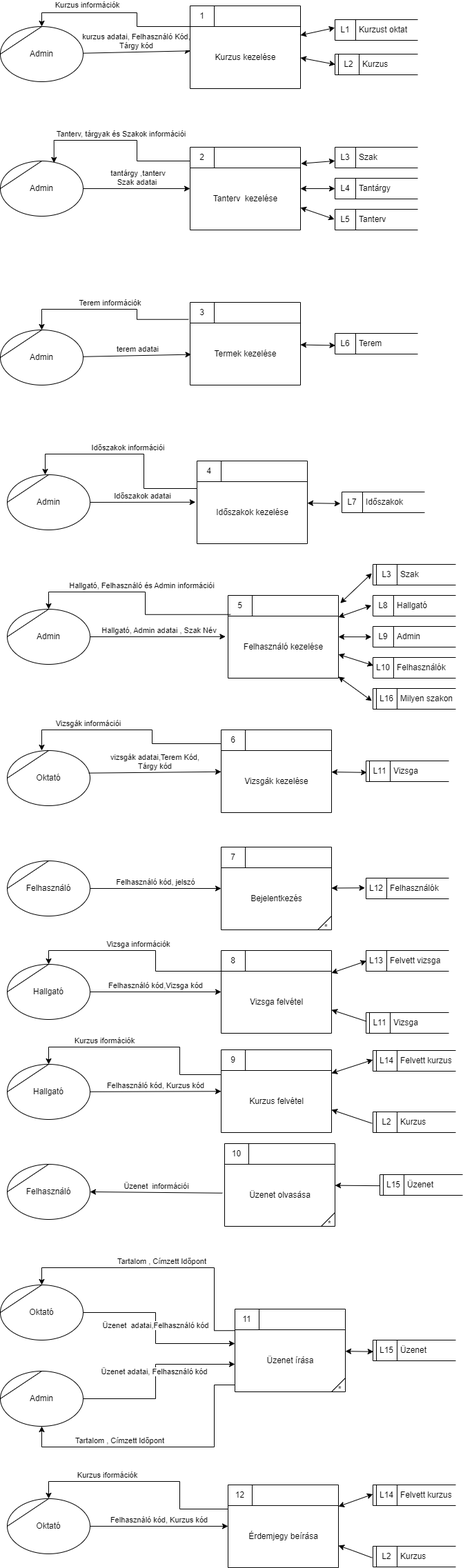
The draw.io diagram ssadm/Logikai adatfolyam diagram/Végleges(1)logikai.drawio.png in SzoDavid/murica, before a commit. Source tidied: cells renumbered, new cells last; positions are measured from the earlier drawing's top-left corner, leaving out a move shared by most shapes.
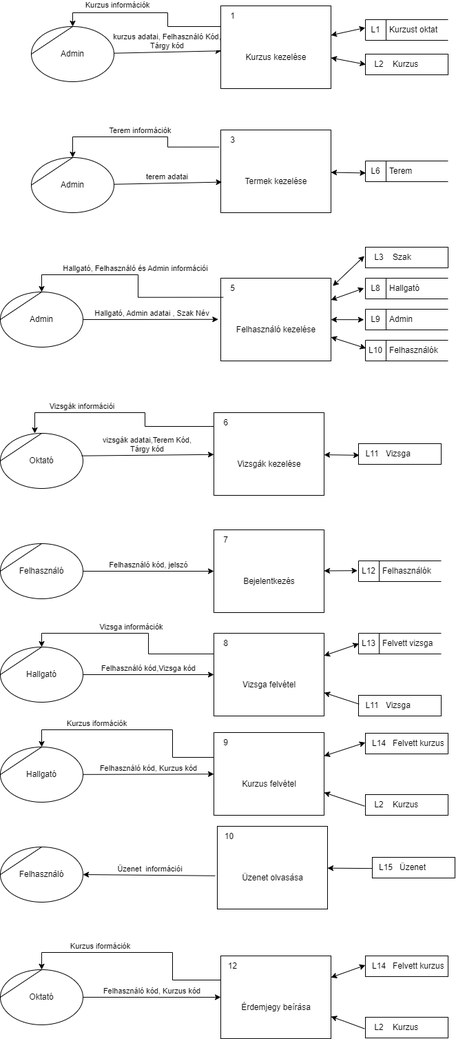
Above is the later version.

Change to the diagram source:
```diff
@@ -20,18 +20,6 @@
     <mxCell id="7" value="&lt;br&gt;" style="endArrow=classic;startArrow=classic;html=1;rounded=0;verticalAlign=bottom;entryX=-0.012;entryY=0.472;entryDx=0;entryDy=0;entryPerimeter=0;" parent="1" edge="1" source="90" target="5">
       <mxGeometry relative="1" as="geometry" />
     </mxCell>
-    <mxCell id="8" value="Tanterv&amp;nbsp; kezelése" style="html=1;dashed=0;whitespace=wrap;shape=mxgraph.dfd.process;align=center;spacingTop=30;" parent="1" vertex="1">
-      <mxGeometry x="275" y="210" width="160" height="120" as="geometry" />
-    </mxCell>
-    <mxCell id="9" value="2" style="text;html=1;strokeColor=none;fillColor=none;align=center;verticalAlign=middle;whiteSpace=wrap;rounded=0;" parent="8" vertex="1">
-      <mxGeometry width="35" height="30" as="geometry" />
-    </mxCell>
-    <mxCell id="10" style="text;html=1;strokeColor=none;fillColor=none;align=left;verticalAlign=middle;whiteSpace=wrap;rounded=0;spacingLeft=6;" parent="8" vertex="1">
-      <mxGeometry x="35" y="-5" width="50" height="40" as="geometry" />
-    </mxCell>
-    <mxCell id="11" value="&amp;nbsp;tantárgy ,tanterv&lt;br&gt;Szak adatai" style="endArrow=classic;html=1;rounded=0;verticalAlign=bottom;exitX=1;exitY=0.5;exitDx=0;exitDy=0;" parent="1" edge="1" source="71" target="8">
-      <mxGeometry relative="1" as="geometry" />
-    </mxCell>
     <mxCell id="12" value="Felhasználó kezelése" style="html=1;dashed=0;whitespace=wrap;shape=mxgraph.dfd.process;align=center;spacingTop=30;" parent="1" vertex="1">
       <mxGeometry x="330" y="860" width="160" height="120" as="geometry" />
     </mxCell>
@@ -45,7 +33,7 @@
       <mxGeometry x="0.02" relative="1" as="geometry" />
     </mxCell>
     <mxCell id="16" value="Termek kezelése" style="html=1;dashed=0;whitespace=wrap;shape=mxgraph.dfd.process;align=center;spacingTop=30;" parent="1" vertex="1">
-      <mxGeometry x="275" y="435" width="160" height="120" as="geometry" />
+      <mxGeometry x="330" y="645" width="160" height="120" as="geometry" />
     </mxCell>
     <mxCell id="17" value="3" style="text;html=1;strokeColor=none;fillColor=none;align=center;verticalAlign=middle;whiteSpace=wrap;rounded=0;" parent="16" vertex="1">
       <mxGeometry width="35" height="30" as="geometry" />
@@ -56,12 +44,6 @@
     <mxCell id="19" value="terem adatai" style="endArrow=classic;html=1;rounded=0;verticalAlign=bottom;entryX=0.01;entryY=0.63;entryDx=0;entryDy=0;entryPerimeter=0;" parent="1" edge="1" source="72" target="16">
       <mxGeometry relative="1" as="geometry" />
     </mxCell>
-    <mxCell id="20" style="endArrow=classic;startArrow=classic;html=1;rounded=0;verticalAlign=bottom;entryX=-0.007;entryY=0.483;entryDx=0;entryDy=0;entryPerimeter=0;" parent="1" edge="1" source="8" target="101">
-      <mxGeometry relative="1" as="geometry" />
-    </mxCell>
-    <mxCell id="21" style="endArrow=classic;startArrow=classic;html=1;rounded=0;verticalAlign=bottom;" parent="1" edge="1" source="8" target="99">
-      <mxGeometry relative="1" as="geometry" />
-    </mxCell>
     <mxCell id="22" style="endArrow=classic;startArrow=classic;html=1;rounded=0;verticalAlign=bottom;entryX=0.004;entryY=0.583;entryDx=0;entryDy=0;entryPerimeter=0;" parent="1" edge="1" source="16" target="103">
       <mxGeometry relative="1" as="geometry" />
     </mxCell>
@@ -75,7 +57,7 @@
       <mxGeometry relative="1" as="geometry" />
     </mxCell>
     <mxCell id="26" value="Kurzus" style="html=1;dashed=0;whitespace=wrap;shape=mxgraph.dfd.dataStoreID2;align=left;spacingLeft=38;flipH=0;" parent="1" vertex="1">
-      <mxGeometry x="485" y="75" width="120" height="30" as="geometry" />
+      <mxGeometry x="540" y="535" width="120" height="30" as="geometry" />
     </mxCell>
     <mxCell id="27" value="L2" style="text;html=1;strokeColor=none;fillColor=none;align=center;verticalAlign=middle;whiteSpace=wrap;rounded=0;" parent="26" vertex="1">
       <mxGeometry x="5" width="30" height="30" as="geometry" />
@@ -84,7 +66,7 @@
       <mxGeometry relative="1" as="geometry" />
     </mxCell>
     <mxCell id="29" value="Kurzus kezelése" style="html=1;dashed=0;whitespace=wrap;shape=mxgraph.dfd.process;align=center;spacingTop=30;" parent="1" vertex="1">
-      <mxGeometry x="275" y="5" width="160" height="120" as="geometry" />
+      <mxGeometry x="330" y="465" width="160" height="120" as="geometry" />
     </mxCell>
     <mxCell id="30" value="1" style="text;html=1;strokeColor=none;fillColor=none;align=center;verticalAlign=middle;whiteSpace=wrap;rounded=0;" parent="29" vertex="1">
       <mxGeometry width="35" height="30" as="geometry" />
@@ -110,7 +92,7 @@
       </mxGeometry>
     </mxCell>
     <mxCell id="37" value="Kurzust oktat" style="html=1;dashed=0;whitespace=wrap;shape=mxgraph.dfd.dataStoreID;align=left;spacingLeft=33;flipH=0;" parent="1" vertex="1">
-      <mxGeometry x="485" y="25" width="120" height="30" as="geometry" />
+      <mxGeometry x="540" y="485" width="120" height="30" as="geometry" />
     </mxCell>
     <mxCell id="38" value="L1" style="text;html=1;strokeColor=none;fillColor=none;align=center;verticalAlign=middle;whiteSpace=wrap;rounded=0;" parent="37" vertex="1">
       <mxGeometry width="30" height="30" as="geometry" />
@@ -118,24 +100,6 @@
     <mxCell id="39" style="endArrow=classic;startArrow=classic;html=1;rounded=0;verticalAlign=bottom;entryX=-0.002;entryY=0.392;entryDx=0;entryDy=0;entryPerimeter=0;" parent="1" edge="1" source="29" target="37">
       <mxGeometry relative="1" as="geometry" />
     </mxCell>
-    <mxCell id="40" style="endArrow=classic;startArrow=classic;html=1;rounded=0;verticalAlign=bottom;exitX=1.005;exitY=0.198;exitDx=0;exitDy=0;exitPerimeter=0;" parent="1" edge="1" source="8" target="97">
-      <mxGeometry relative="1" as="geometry" />
-    </mxCell>
-    <mxCell id="41" value="Időszakok kezelése" style="html=1;dashed=0;whitespace=wrap;shape=mxgraph.dfd.process;align=center;spacingTop=30;" parent="1" vertex="1">
-      <mxGeometry x="285" y="665" width="160" height="120" as="geometry" />
-    </mxCell>
-    <mxCell id="42" value="4" style="text;html=1;strokeColor=none;fillColor=none;align=center;verticalAlign=middle;whiteSpace=wrap;rounded=0;" parent="41" vertex="1">
-      <mxGeometry width="35" height="30" as="geometry" />
-    </mxCell>
-    <mxCell id="43" style="text;html=1;strokeColor=none;fillColor=none;align=left;verticalAlign=middle;whiteSpace=wrap;rounded=0;spacingLeft=6;" parent="41" vertex="1">
-      <mxGeometry x="35" y="-5" width="50" height="40" as="geometry" />
-    </mxCell>
-    <mxCell id="44" value="Időszakok adatai" style="endArrow=classic;html=1;rounded=0;verticalAlign=bottom;entryX=-0.014;entryY=0.498;entryDx=0;entryDy=0;entryPerimeter=0;exitX=1;exitY=0.5;exitDx=0;exitDy=0;" parent="1" edge="1" source="70" target="41">
-      <mxGeometry relative="1" as="geometry" />
-    </mxCell>
-    <mxCell id="45" style="endArrow=classic;startArrow=classic;html=1;rounded=0;verticalAlign=bottom;entryX=-0.018;entryY=0.561;entryDx=0;entryDy=0;entryPerimeter=0;" parent="1" edge="1" source="41" target="105">
-      <mxGeometry relative="1" as="geometry" />
-    </mxCell>
     <mxCell id="46" value="Felhasználó kód,Vizsga kód" style="endArrow=classic;html=1;rounded=0;verticalAlign=bottom;exitX=1;exitY=0.5;exitDx=0;exitDy=0;" parent="1" edge="1" source="77" target="129">
       <mxGeometry relative="1" as="geometry" />
     </mxCell>
@@ -154,37 +118,6 @@
     <mxCell id="51" style="endArrow=classic;startArrow=classic;html=1;rounded=0;verticalAlign=bottom;entryX=-0.001;entryY=0.45;entryDx=0;entryDy=0;entryPerimeter=0;" parent="1" edge="1" source="126" target="48">
       <mxGeometry relative="1" as="geometry" />
     </mxCell>
-    <mxCell id="52" value="Admin" style="shape=(stored shape, 332 characters);whiteSpace=wrap;html=1;" parent="1" vertex="1">
-      <mxGeometry y="1985" width="120" height="80" as="geometry" />
-    </mxCell>
-    <mxCell id="53" value="Oktató" style="shape=(stored shape, 332 characters);whiteSpace=wrap;html=1;" parent="1" vertex="1">
-      <mxGeometry y="1860" width="120" height="80" as="geometry" />
-    </mxCell>
-    <mxCell id="54" value="Üzenet&amp;nbsp; adatai,Felhasználó kód" style="endArrow=classic;html=1;rounded=0;verticalAlign=bottom;edgeStyle=orthogonalEdgeStyle;" parent="1" edge="1" source="53" target="94">
-      <mxGeometry relative="1" as="geometry">
-        <Array as="points">
-          <mxPoint x="225" y="1900" />
-          <mxPoint x="225" y="1945" />
-        </Array>
-      </mxGeometry>
-    </mxCell>
-    <mxCell id="55" value="Üzenet adatai, Felhasználó kód" style="endArrow=classic;html=1;rounded=0;verticalAlign=bottom;edgeStyle=orthogonalEdgeStyle;" parent="1" edge="1" source="52" target="94">
-      <mxGeometry y="2" relative="1" as="geometry">
-        <Array as="points">
-          <mxPoint x="225" y="2025" />
-          <mxPoint x="225" y="1975" />
-        </Array>
-      </mxGeometry>
-    </mxCell>
-    <mxCell id="56" value="Üzenet" style="html=1;dashed=0;whitespace=wrap;shape=mxgraph.dfd.dataStoreID2;align=left;spacingLeft=38;flipH=0;" parent="1" vertex="1">
-      <mxGeometry x="540" y="1940" width="120" height="30" as="geometry" />
-    </mxCell>
-    <mxCell id="57" value="L15" style="text;html=1;strokeColor=none;fillColor=none;align=center;verticalAlign=middle;whiteSpace=wrap;rounded=0;" parent="56" vertex="1">
-      <mxGeometry x="5" width="30" height="30" as="geometry" />
-    </mxCell>
-    <mxCell id="58" style="endArrow=classic;startArrow=classic;html=1;rounded=0;verticalAlign=bottom;entryX=0.006;entryY=0.558;entryDx=0;entryDy=0;entryPerimeter=0;startFill=1;" parent="1" edge="1" source="94" target="56">
-      <mxGeometry relative="1" as="geometry" />
-    </mxCell>
     <mxCell id="59" value="Üzenet olvasása" style="html=1;dashed=0;whitespace=wrap;shape=mxgraph.dfd.process2;align=center;spacingTop=30;" parent="1" vertex="1">
       <mxGeometry x="325" y="1655" width="160" height="120" as="geometry" />
     </mxCell>
@@ -222,54 +155,30 @@
     <mxCell id="66" value="Kurzus információk" style="endArrow=classic;html=1;rounded=0;verticalAlign=bottom;edgeStyle=orthogonalEdgeStyle;" parent="1" edge="1" source="29" target="73">
       <mxGeometry x="0.33" y="-2" relative="1" as="geometry">
         <Array as="points">
-          <mxPoint x="198" y="35" />
-          <mxPoint x="198" y="15" />
-          <mxPoint x="60" y="15" />
+          <mxPoint x="253" y="495" />
+          <mxPoint x="253" y="475" />
+          <mxPoint x="115" y="475" />
         </Array>
       </mxGeometry>
     </mxCell>
-    <mxCell id="67" value="Tanterv, tárgyak és Szakok információi" style="endArrow=classic;html=1;rounded=0;verticalAlign=bottom;entryX=0.648;entryY=0.034;entryDx=0;entryDy=0;entryPerimeter=0;edgeStyle=orthogonalEdgeStyle;" parent="1" edge="1" source="8" target="71">
-      <mxGeometry relative="1" as="geometry">
-        <Array as="points">
-          <mxPoint x="198" y="230" />
-          <mxPoint x="198" y="200" />
-          <mxPoint x="78" y="200" />
-        </Array>
-      </mxGeometry>
-    </mxCell>
     <mxCell id="68" value="Terem információk" style="endArrow=classic;html=1;rounded=0;verticalAlign=bottom;exitX=-0.014;exitY=0.206;exitDx=0;exitDy=0;exitPerimeter=0;edgeStyle=orthogonalEdgeStyle;" parent="1" edge="1" source="16" target="72">
       <mxGeometry relative="1" as="geometry">
         <Array as="points">
-          <mxPoint x="198" y="460" />
-          <mxPoint x="198" y="445" />
-          <mxPoint x="60" y="445" />
+          <mxPoint x="253" y="670" />
+          <mxPoint x="253" y="655" />
+          <mxPoint x="115" y="655" />
         </Array>
       </mxGeometry>
     </mxCell>
     <mxCell id="69" value="Admin" style="shape=(stored shape, 332 characters);whiteSpace=wrap;html=1;" parent="1" vertex="1">
       <mxGeometry x="10" y="880" width="120" height="80" as="geometry" />
     </mxCell>
-    <mxCell id="70" value="Admin" style="shape=(stored shape, 332 characters);whiteSpace=wrap;html=1;" parent="1" vertex="1">
-      <mxGeometry x="10" y="685" width="120" height="80" as="geometry" />
-    </mxCell>
-    <mxCell id="71" value="Admin" style="shape=(stored shape, 332 characters);whiteSpace=wrap;html=1;" parent="1" vertex="1">
-      <mxGeometry y="230" width="120" height="80" as="geometry" />
-    </mxCell>
     <mxCell id="72" value="Admin" style="shape=(stored shape, 332 characters);whiteSpace=wrap;html=1;" parent="1" vertex="1">
-      <mxGeometry y="475" width="120" height="80" as="geometry" />
+      <mxGeometry x="55" y="685" width="120" height="80" as="geometry" />
     </mxCell>
     <mxCell id="73" value="Admin" style="shape=(stored shape, 332 characters);whiteSpace=wrap;html=1;" parent="1" vertex="1">
-      <mxGeometry y="35" width="120" height="80" as="geometry" />
+      <mxGeometry x="55" y="495" width="120" height="80" as="geometry" />
     </mxCell>
-    <mxCell id="74" value="Időszakok információi" style="endArrow=classic;html=1;rounded=0;verticalAlign=bottom;edgeStyle=orthogonalEdgeStyle;" parent="1" edge="1" source="41" target="70">
-      <mxGeometry relative="1" as="geometry">
-        <Array as="points">
-          <mxPoint x="208" y="705" />
-          <mxPoint x="208" y="655" />
-          <mxPoint x="65" y="655" />
-        </Array>
-      </mxGeometry>
-    </mxCell>
     <mxCell id="75" value="Hallgató, Felhasználó és Admin információi" style="endArrow=classic;html=1;rounded=0;verticalAlign=bottom;exitX=0.023;exitY=0.231;exitDx=0;exitDy=0;exitPerimeter=0;edgeStyle=orthogonalEdgeStyle;" parent="1" edge="1" source="12" target="69">
       <mxGeometry relative="1" as="geometry">
         <Array as="points">
@@ -315,24 +224,6 @@
     <mxCell id="85" value="Felhasználó" style="shape=(stored shape, 332 characters);whiteSpace=wrap;html=1;" parent="1" vertex="1">
       <mxGeometry x="10" y="1685" width="120" height="80" as="geometry" />
     </mxCell>
-    <mxCell id="86" value="Tartalom , Címzett Időpont" style="endArrow=classic;html=1;rounded=0;verticalAlign=bottom;edgeStyle=orthogonalEdgeStyle;" parent="1" edge="1" source="94" target="52">
-      <mxGeometry x="0.29" relative="1" as="geometry">
-        <Array as="points">
-          <mxPoint x="310" y="2005" />
-          <mxPoint x="310" y="2095" />
-          <mxPoint x="60" y="2095" />
-        </Array>
-      </mxGeometry>
-    </mxCell>
-    <mxCell id="87" value="Tartalom , Címzett Időpont" style="endArrow=classic;html=1;rounded=0;verticalAlign=bottom;exitX=-0.001;exitY=0.26;exitDx=0;exitDy=0;exitPerimeter=0;edgeStyle=orthogonalEdgeStyle;" parent="1" edge="1" source="94" target="53">
-      <mxGeometry relative="1" as="geometry">
-        <Array as="points">
-          <mxPoint x="310" y="1926" />
-          <mxPoint x="310" y="1835" />
-          <mxPoint x="60" y="1835" />
-        </Array>
-      </mxGeometry>
-    </mxCell>
     <mxCell id="88" value="Felhasználók" style="html=1;dashed=0;whitespace=wrap;shape=mxgraph.dfd.dataStoreID;align=left;spacingLeft=33;" parent="1" vertex="1">
       <mxGeometry x="540" y="950" width="120" height="30" as="geometry" />
     </mxCell>
@@ -351,45 +242,12 @@
     <mxCell id="93" style="endArrow=classic;startArrow=classic;html=1;rounded=0;verticalAlign=bottom;entryX=0.005;entryY=0.388;entryDx=0;entryDy=0;entryPerimeter=0;" parent="1" edge="1" source="12" target="88">
       <mxGeometry x="-0.81" y="4" relative="1" as="geometry" />
     </mxCell>
-    <mxCell id="94" value="Üzenet írása" style="html=1;dashed=0;whitespace=wrap;shape=mxgraph.dfd.process2;align=center;spacingTop=30;" parent="1" vertex="1">
-      <mxGeometry x="340" y="1895" width="160" height="120" as="geometry" />
-    </mxCell>
-    <mxCell id="95" value="11" style="text;html=1;strokeColor=none;fillColor=none;align=center;verticalAlign=middle;whiteSpace=wrap;rounded=0;" parent="94" vertex="1">
-      <mxGeometry width="35" height="30" as="geometry" />
-    </mxCell>
-    <mxCell id="96" style="text;strokeColor=none;fillColor=none;align=left;verticalAlign=middle;whiteSpace=wrap;rounded=0;spacingLeft=6;fontStyle=0;html=1;" parent="94" vertex="1">
-      <mxGeometry x="35" y="-5" width="50" height="40" as="geometry" />
-    </mxCell>
-    <mxCell id="97" value="Szak" style="html=1;dashed=0;whitespace=wrap;shape=mxgraph.dfd.dataStoreID;align=left;spacingLeft=33;" parent="1" vertex="1">
-      <mxGeometry x="485" y="210" width="120" height="30" as="geometry" />
-    </mxCell>
-    <mxCell id="98" value="L3" style="text;html=1;strokeColor=none;fillColor=none;align=center;verticalAlign=middle;whiteSpace=wrap;rounded=0;" parent="97" vertex="1">
-      <mxGeometry width="30" height="30" as="geometry" />
-    </mxCell>
-    <mxCell id="99" value="Tantárgy" style="html=1;dashed=0;whitespace=wrap;shape=mxgraph.dfd.dataStoreID;align=left;spacingLeft=33;" parent="1" vertex="1">
-      <mxGeometry x="485" y="255" width="120" height="30" as="geometry" />
-    </mxCell>
-    <mxCell id="100" value="L4" style="text;html=1;strokeColor=none;fillColor=none;align=center;verticalAlign=middle;whiteSpace=wrap;rounded=0;" parent="99" vertex="1">
-      <mxGeometry width="30" height="30" as="geometry" />
-    </mxCell>
-    <mxCell id="101" value="Tanterv" style="html=1;dashed=0;whitespace=wrap;shape=mxgraph.dfd.dataStoreID;align=left;spacingLeft=33;" parent="1" vertex="1">
-      <mxGeometry x="485" y="300" width="120" height="30" as="geometry" />
-    </mxCell>
-    <mxCell id="102" value="L5" style="text;html=1;strokeColor=none;fillColor=none;align=center;verticalAlign=middle;whiteSpace=wrap;rounded=0;" parent="101" vertex="1">
-      <mxGeometry width="30" height="30" as="geometry" />
-    </mxCell>
     <mxCell id="103" value="Terem" style="html=1;dashed=0;whitespace=wrap;shape=mxgraph.dfd.dataStoreID;align=left;spacingLeft=33;" parent="1" vertex="1">
-      <mxGeometry x="485" y="480" width="120" height="30" as="geometry" />
+      <mxGeometry x="540" y="690" width="120" height="30" as="geometry" />
     </mxCell>
     <mxCell id="104" value="L6" style="text;html=1;strokeColor=none;fillColor=none;align=center;verticalAlign=middle;whiteSpace=wrap;rounded=0;" parent="103" vertex="1">
       <mxGeometry width="30" height="30" as="geometry" />
     </mxCell>
-    <mxCell id="105" value="Időszakok" style="html=1;dashed=0;whitespace=wrap;shape=mxgraph.dfd.dataStoreID;align=left;spacingLeft=33;" parent="1" vertex="1">
-      <mxGeometry x="495" y="710" width="120" height="30" as="geometry" />
-    </mxCell>
-    <mxCell id="106" value="L7" style="text;html=1;strokeColor=none;fillColor=none;align=center;verticalAlign=middle;whiteSpace=wrap;rounded=0;" parent="105" vertex="1">
-      <mxGeometry width="30" height="30" as="geometry" />
-    </mxCell>
     <mxCell id="107" value="Admin" style="html=1;dashed=0;whitespace=wrap;shape=mxgraph.dfd.dataStoreID;align=left;spacingLeft=33;" parent="1" vertex="1">
       <mxGeometry x="540" y="905" width="120" height="30" as="geometry" />
     </mxCell>
@@ -424,7 +282,7 @@
       <mxGeometry relative="1" as="geometry" />
     </mxCell>
     <mxCell id="118" value="Felvett kurzus" style="html=1;dashed=0;whitespace=wrap;shape=mxgraph.dfd.dataStoreID2;align=left;spacingLeft=38;flipH=0;" parent="1" vertex="1">
-      <mxGeometry x="540" y="2149.9" width="120" height="30" as="geometry" />
+      <mxGeometry x="540" y="1842.9" width="120" height="30" as="geometry" />
     </mxCell>
     <mxCell id="119" value="L14" style="text;html=1;strokeColor=none;fillColor=none;align=center;verticalAlign=middle;whiteSpace=wrap;rounded=0;" parent="118" vertex="1">
       <mxGeometry x="5" width="30" height="30" as="geometry" />
@@ -435,17 +293,17 @@
     <mxCell id="121" value="Kurzus iformációk" style="endArrow=classic;html=1;rounded=0;verticalAlign=bottom;edgeStyle=orthogonalEdgeStyle;" parent="1" edge="1" source="132" target="122">
       <mxGeometry x="0.33" relative="1" as="geometry">
         <Array as="points">
-          <mxPoint x="260" y="2185" />
-          <mxPoint x="260" y="2145" />
-          <mxPoint x="70" y="2145" />
+          <mxPoint x="260" y="1878" />
+          <mxPoint x="260" y="1838" />
+          <mxPoint x="70" y="1838" />
         </Array>
       </mxGeometry>
     </mxCell>
     <mxCell id="122" value="Oktató" style="shape=(stored shape, 332 characters);whiteSpace=wrap;html=1;" parent="1" vertex="1">
-      <mxGeometry x="10" y="2169.9" width="120" height="80" as="geometry" />
+      <mxGeometry x="10" y="1862.9" width="120" height="80" as="geometry" />
     </mxCell>
     <mxCell id="123" value="Kurzus" style="html=1;dashed=0;whitespace=wrap;shape=mxgraph.dfd.dataStoreID2;align=left;spacingLeft=38;flipH=0;" parent="1" vertex="1">
-      <mxGeometry x="540" y="2238.9" width="120" height="30" as="geometry" />
+      <mxGeometry x="540" y="1931.9" width="120" height="30" as="geometry" />
     </mxCell>
     <mxCell id="124" value="L2" style="text;html=1;strokeColor=none;fillColor=none;align=center;verticalAlign=middle;whiteSpace=wrap;rounded=0;" parent="123" vertex="1">
       <mxGeometry x="5" width="30" height="30" as="geometry" />
@@ -453,7 +311,7 @@
     <mxCell id="125" style="endArrow=classic;html=1;rounded=0;verticalAlign=bottom;exitX=-0.01;exitY=0.558;exitDx=0;exitDy=0;exitPerimeter=0;" parent="1" edge="1" source="123" target="132">
       <mxGeometry relative="1" as="geometry">
         <Array as="points">
-          <mxPoint x="510" y="2245" />
+          <mxPoint x="510" y="1938" />
         </Array>
       </mxGeometry>
     </mxCell>
@@ -476,7 +334,7 @@
       <mxGeometry x="35" y="-5" width="50" height="40" as="geometry" />
     </mxCell>
     <mxCell id="132" value="Érdemjegy beírása" style="html=1;dashed=0;whitespace=wrap;shape=mxgraph.dfd.process;align=center;spacingTop=30;" parent="1" vertex="1">
-      <mxGeometry x="330" y="2149.9" width="160" height="120" as="geometry" />
+      <mxGeometry x="330" y="1842.9" width="160" height="120" as="geometry" />
     </mxCell>
     <mxCell id="133" value="12" style="text;html=1;strokeColor=none;fillColor=none;align=center;verticalAlign=middle;whiteSpace=wrap;rounded=0;" parent="132" vertex="1">
       <mxGeometry width="35" height="30" as="geometry" />
@@ -493,14 +351,5 @@
     <mxCell id="137" style="endArrow=classic;startArrow=classic;html=1;rounded=0;verticalAlign=bottom;exitX=1.017;exitY=0.094;exitDx=0;exitDy=0;exitPerimeter=0;entryX=-0.013;entryY=0.429;entryDx=0;entryDy=0;entryPerimeter=0;" parent="1" edge="1" source="12" target="135">
       <mxGeometry relative="1" as="geometry" />
     </mxCell>
-    <mxCell id="138" value="Milyen szakon" style="html=1;dashed=0;whitespace=wrap;shape=mxgraph.dfd.dataStoreID2;align=left;spacingLeft=38;" parent="1" vertex="1">
-      <mxGeometry x="540" y="995" width="120" height="30" as="geometry" />
-    </mxCell>
-    <mxCell id="139" value="L16" style="text;html=1;strokeColor=none;fillColor=none;align=center;verticalAlign=middle;whiteSpace=wrap;rounded=0;" parent="138" vertex="1">
-      <mxGeometry x="5" width="30" height="30" as="geometry" />
-    </mxCell>
-    <mxCell id="140" style="endArrow=classic;startArrow=classic;html=1;rounded=0;verticalAlign=bottom;entryX=-0.013;entryY=0.6;entryDx=0;entryDy=0;entryPerimeter=0;" parent="1" edge="1" source="12" target="138">
-      <mxGeometry relative="1" as="geometry" />
-    </mxCell>
   </root>
 </mxGraphModel>
```
